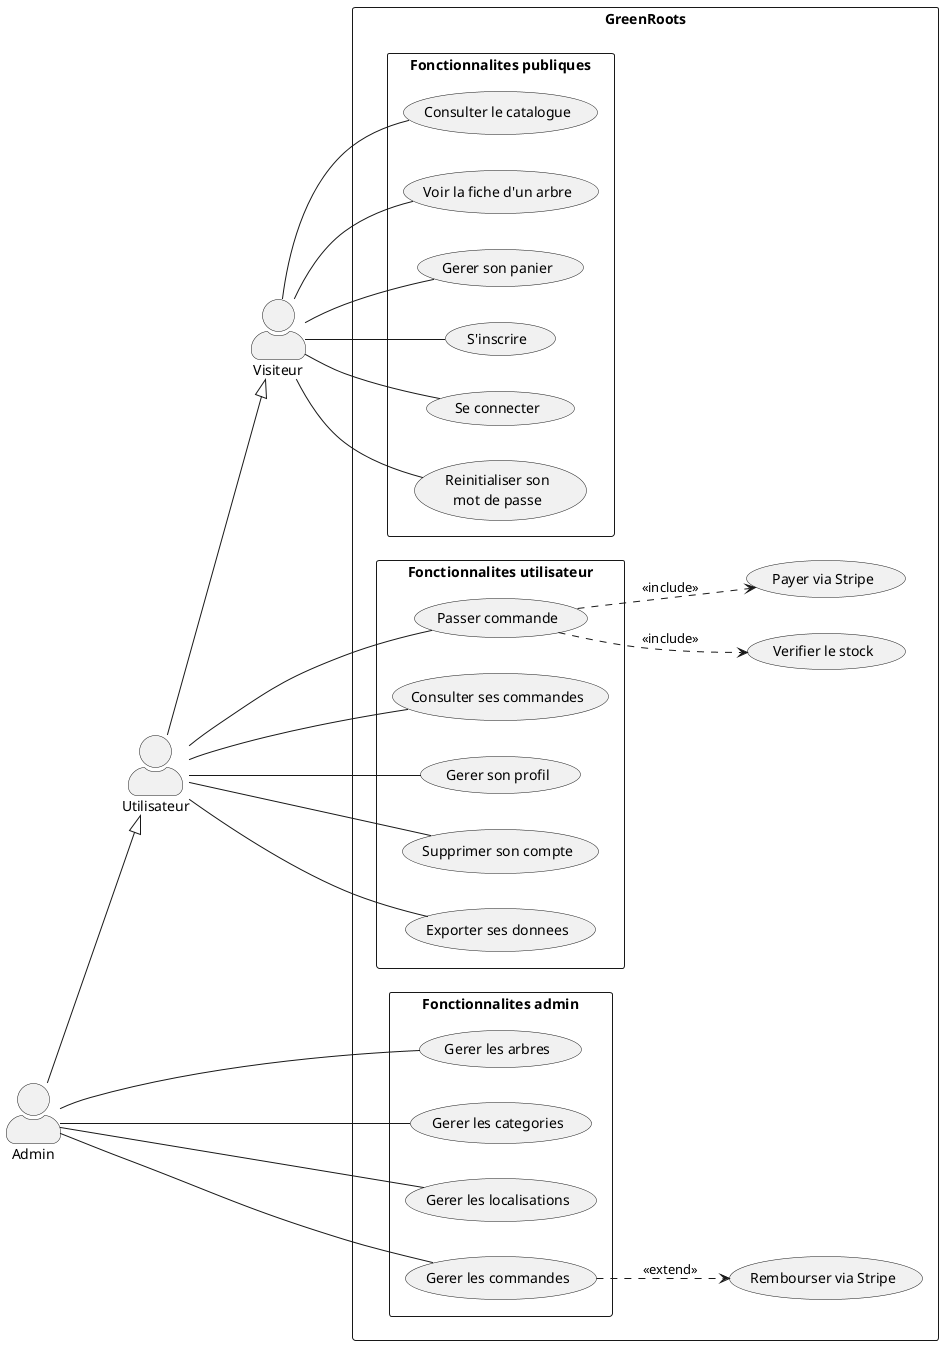
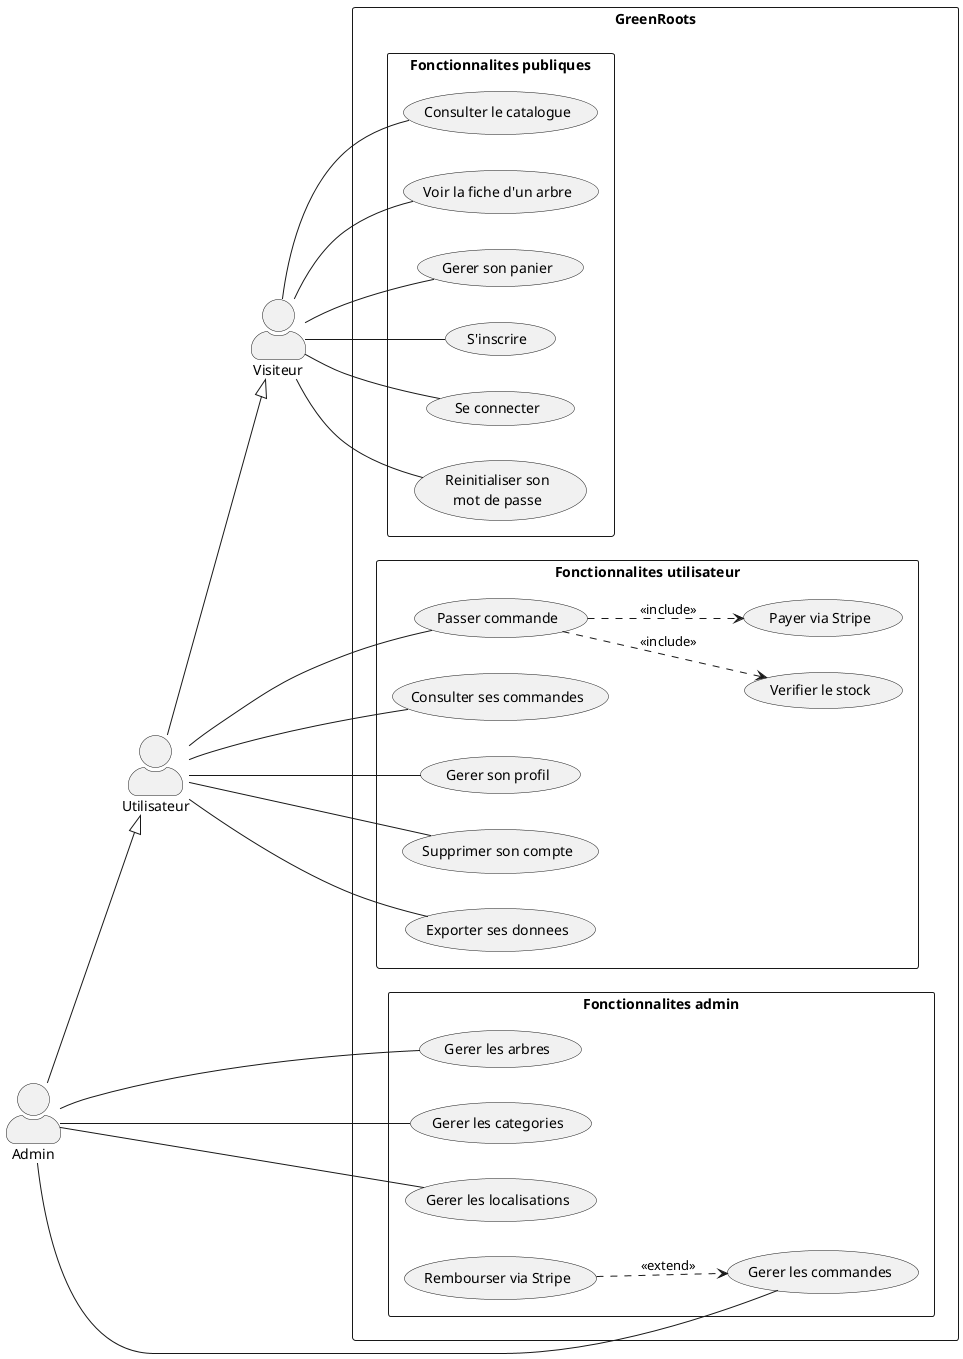
@startuml Diagramme de cas d'utilisation - GreenRoots

left to right direction
skinparam actorStyle awesome
skinparam packageStyle rectangle

actor "Visiteur" as V
actor "Utilisateur" as U
actor "Admin" as A

U --|> V
A --|> U

rectangle "GreenRoots" {

    package "Fonctionnalites publiques" {
        usecase "Consulter le catalogue" as UC1
        usecase "Voir la fiche d'un arbre" as UC2
        usecase "Gerer son panier" as UC3
        usecase "S'inscrire" as UC4
        usecase "Se connecter" as UC5
        usecase "Reinitialiser son\nmot de passe" as UC6
    }

    package "Fonctionnalites utilisateur" {
        usecase "Passer commande" as UC7
+         usecase "Verifier le stock" as UC16
+         usecase "Payer via Stripe" as UC17
        usecase "Consulter ses commandes" as UC8
        usecase "Gerer son profil" as UC9
        usecase "Supprimer son compte" as UC10
        usecase "Exporter ses donnees" as UC11
    }

    package "Fonctionnalites admin" {
        usecase "Gerer les arbres" as UC12
        usecase "Gerer les categories" as UC13
        usecase "Gerer les localisations" as UC14
        usecase "Gerer les commandes" as UC15
+         usecase "Rembourser via Stripe" as UC18
    }
- 
-     usecase "Verifier le stock" as UC16
-     usecase "Payer via Stripe" as UC17
-     usecase "Rembourser via Stripe" as UC18
}

V -- UC1
V -- UC2
V -- UC3
V -- UC4
V -- UC5
V -- UC6

U -- UC7
U -- UC8
U -- UC9
U -- UC10
U -- UC11

A -- UC12
A -- UC13
A -- UC14
A -- UC15

UC7 ..> UC16 : <<include>>
UC7 ..> UC17 : <<include>>
- UC15 ..> UC18 : <<extend>>
+ UC18 ..> UC15 : <<extend>>

@enduml
